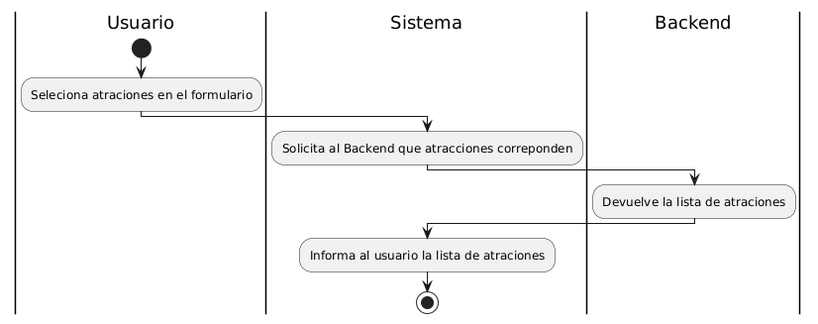
This is docs/04-diagramas/01-diagrama-de-actividades/actividad-flujo-1-actividades-buscar-atraciones.png from Thallys8/turismo-buenos-aires, a PlantUML export, as it was before one commit. Its source is kept beside it as docs/04-diagramas/01-diagrama-de-actividades/actividad-flujo-1-actividades-buscar-atraciones.puml.
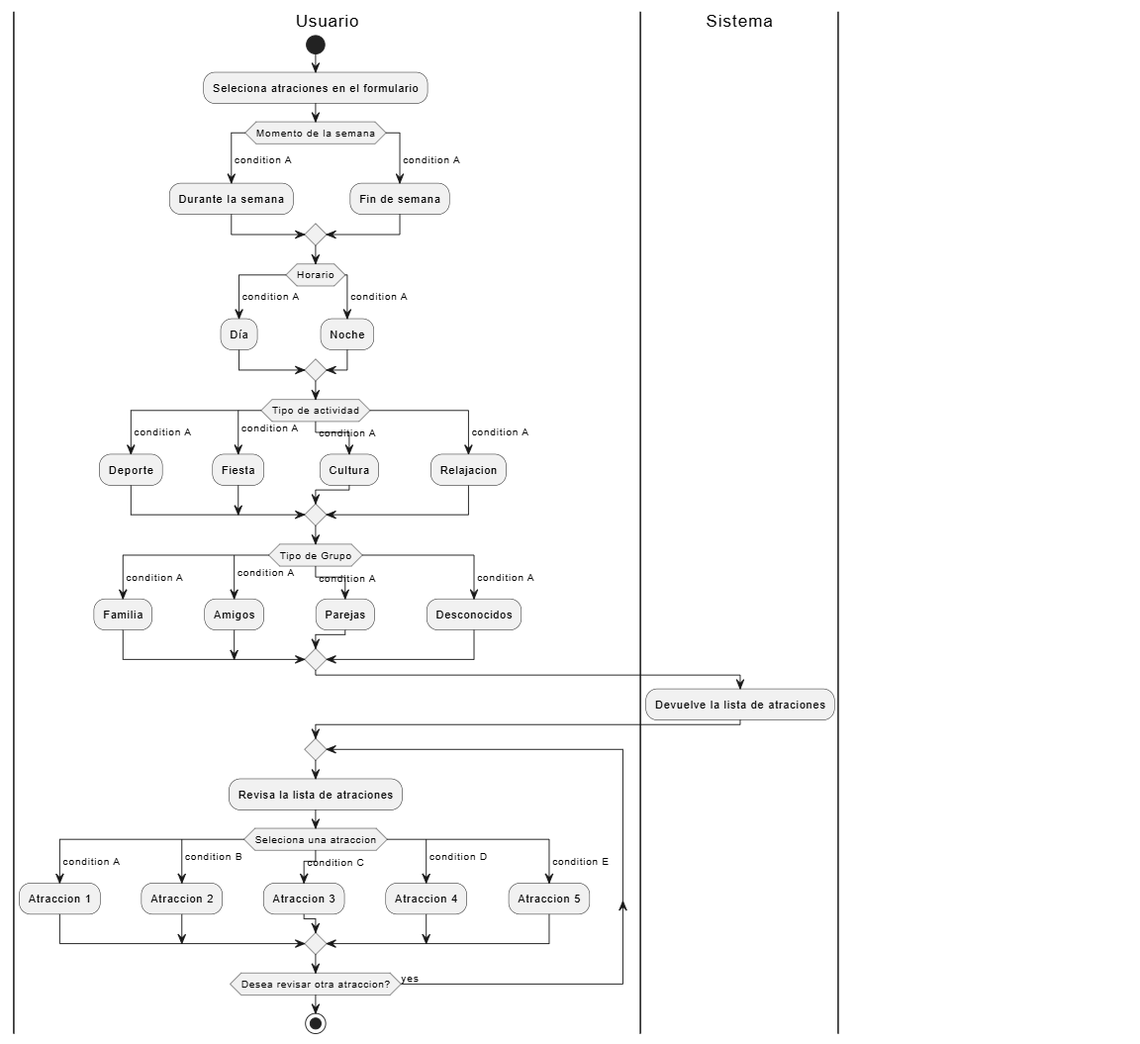
The same file after the commit.

Diff of the diagram source:
```diff
@@ -2,15 +2,62 @@
 |Usuario|
 start
 :Seleciona atraciones en el formulario;
+switch (Momento de la semana)
+  case ( condition A )
+    :Durante la semana;
+  case ( condition A )
+    :Fin de semana;
+endswitch
+
+switch (Horario)
+  case ( condition A )
+    :Día;
+  case ( condition A )
+    :Noche;
+endswitch
+
+switch (Tipo de actividad)
+  case ( condition A )
+    :Deporte;
+  case ( condition A )
+    :Fiesta;
+  case ( condition A )
+    :Cultura;
+  case ( condition A )
+    :Relajacion;
+endswitch
+
+switch (Tipo de Grupo)
+  case ( condition A )
+    :Familia;
+  case ( condition A )
+    :Amigos;
+  case ( condition A )
+    :Parejas;
+  case ( condition A )
+    :Desconocidos;
+endswitch
 
 |Sistema|
-:Solicita al Backend que atracciones correponden;
-
-|Backend|
 :Devuelve la lista de atraciones;
 
-|Sistema|
-:Informa al usuario la lista de atraciones;
+|Usuario|
+repeat
+:Revisa la lista de atraciones;
 
+    switch (Seleciona una atraccion)
+    case ( condition A )
+    :Atraccion 1;
+    case ( condition B )
+    :Atraccion 2;
+    case ( condition C )
+    :Atraccion 3;
+    case ( condition D )
+    :Atraccion 4;
+    case ( condition E )
+    :Atraccion 5;
+    endswitch
+
+repeat while (Desea revisar otra atraccion?) is (yes)
 stop
 @enduml
```
